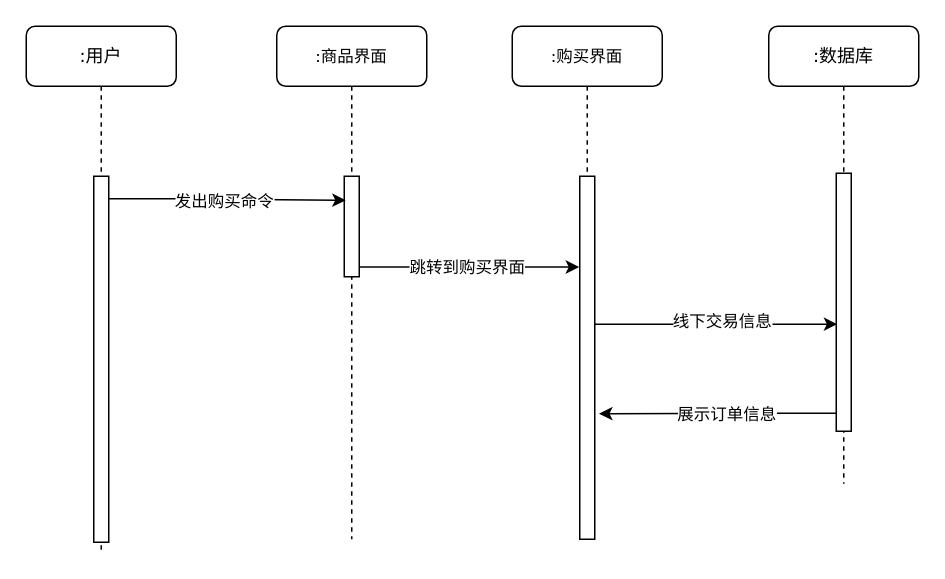
200928/image keeps this draw.io diagram as 商品购买顺序图.drawio. Above is the earlier version. Source tidied: cells renumbered, new cells numbered last; positions are measured from the earlier drawing's top-left corner, leaving out a move shared by most shapes. Both pictures are drawn from the tidied source at 150%, with x=0, y=0 at pixel (26, 26).
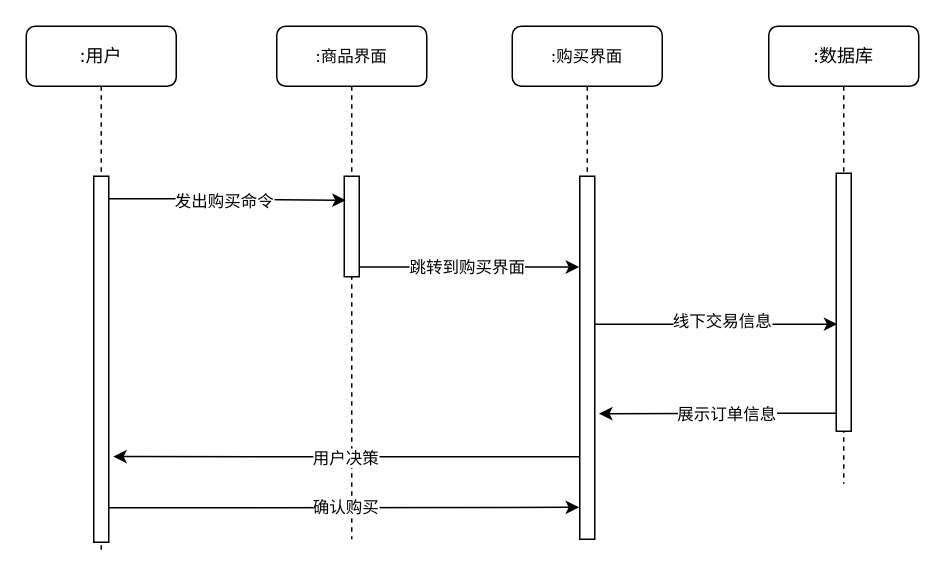
Above is the later version.

Commit message (it also covers changes not shown here):
更新商品购买顺序图.drawio

The change refers to these unchanged cells:
```xml
<mxCell id="7" style="html=1;points=[];perimeter=orthogonalPerimeter;rounded=0;shadow=0;comic=0;labelBackgroundColor=none;strokeWidth=1;fontFamily=Verdana;fontSize=12;align=center;" parent="6" vertex="1">
  <mxGeometry x="45" y="100" width="10" height="244" as="geometry" />
</mxCell>
<mxCell id="11" style="html=1;points=[];perimeter=orthogonalPerimeter;rounded=0;shadow=0;comic=0;labelBackgroundColor=none;strokeWidth=1;fontFamily=Verdana;fontSize=12;align=center;" parent="10" vertex="1">
  <mxGeometry x="45" y="100" width="10" height="242" as="geometry" />
</mxCell>
```

Change to the diagram source:
```diff
@@
+    <mxCell id="18" style="edgeStyle=orthogonalEdgeStyle;rounded=0;jettySize=auto;html=1;entryX=1.297;entryY=0.766;entryDx=0;entryDy=0;entryPerimeter=0;" parent="1" edge="1" source="11" target="7">
+      <mxGeometry relative="1" as="geometry">
+        <Array as="points">
+          <mxPoint x="305" y="287" />
+          <mxPoint x="305" y="287" />
+        </Array>
+      </mxGeometry>
+    </mxCell>
+    <mxCell id="19" value="用户决策" style="edgeLabel;html=1;align=center;verticalAlign=middle;" parent="18" vertex="1">
+      <mxGeometry x="0.08" relative="1" as="geometry">
+        <mxPoint x="11" y="1" as="offset" />
+      </mxGeometry>
+    </mxCell>
+    <mxCell id="20" style="edgeStyle=orthogonalEdgeStyle;rounded=0;jettySize=auto;html=1;entryX=-0.041;entryY=0.912;entryDx=0;entryDy=0;entryPerimeter=0;" parent="1" edge="1" source="7" target="11">
+      <mxGeometry relative="1" as="geometry">
+        <Array as="points">
+          <mxPoint x="129" y="321" />
+          <mxPoint x="129" y="321" />
+        </Array>
+      </mxGeometry>
+    </mxCell>
+    <mxCell id="21" value="确认购买" style="edgeLabel;html=1;align=center;verticalAlign=middle;" parent="20" vertex="1">
+      <mxGeometry x="-0.07" y="-2" relative="1" as="geometry">
+        <mxPoint x="11" y="-2" as="offset" />
+      </mxGeometry>
+    </mxCell>
```
